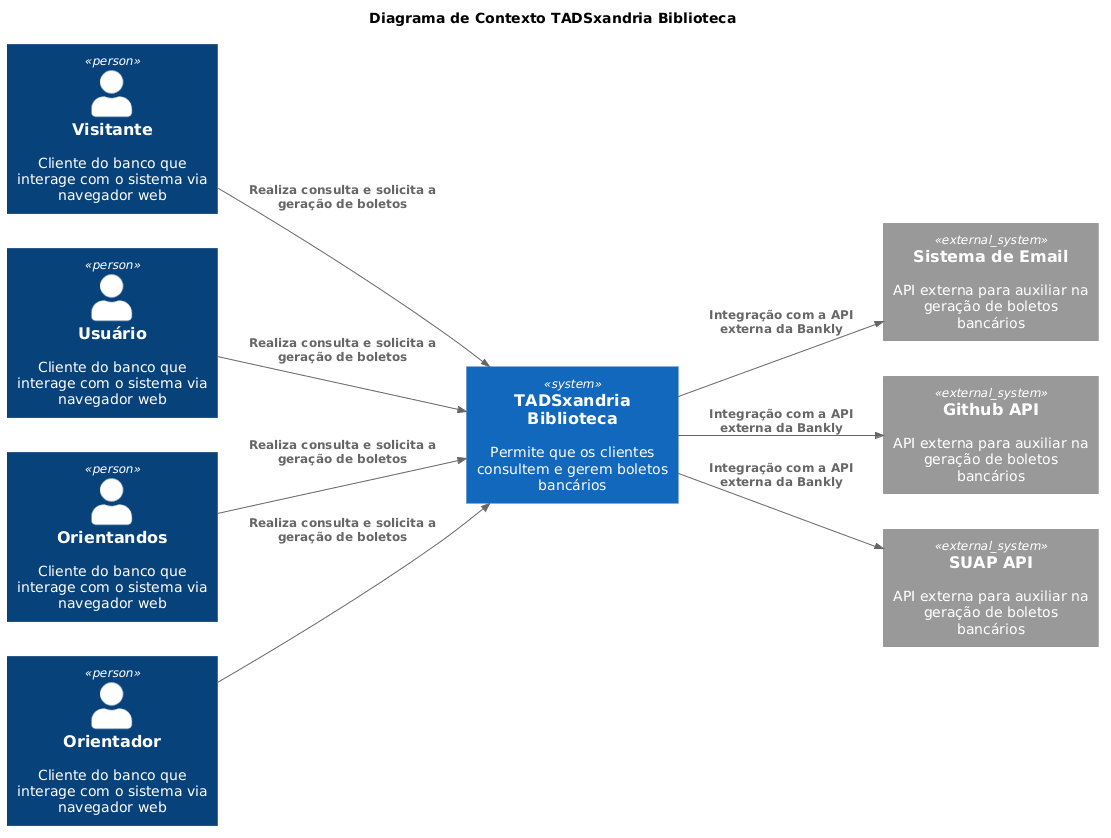
This is Diagrama_Contexto_tadsxandria.png from anabs-escolar/as-atividades, a PlantUML export, as it was before one commit. Source of this version:
```plantuml
@startuml
!include https://raw.githubusercontent.com/plantuml-stdlib/C4-PlantUML/master/C4_Container.puml

LAYOUT_LANDSCAPE()

title Diagrama de Contexto TADSxandria Biblioteca

Person(visitor, "Visitante", "Cliente do banco que interage com o sistema via navegador web")

Person(user, "Usuário", "Cliente do banco que interage com o sistema via navegador web")

Person(student, "Orientandos", "Cliente do banco que interage com o sistema via navegador web")

Person(teacher, "Orientador", "Cliente do banco que interage com o sistema via navegador web")


System(system, "TADSxandria Biblioteca", "Permite que os clientes consultem e gerem boletos bancários")

System_Ext(api_email, "Sistema de Email", "API externa para auxiliar na geração de boletos bancários")

System_Ext(api_github, "Github API", "API externa para auxiliar na geração de boletos bancários")

System_Ext(api_suap, "SUAP API", "API externa para auxiliar na geração de boletos bancários")


Rel(visitor, system, "Realiza consulta e solicita a geração de boletos")
Rel(user, system, "Realiza consulta e solicita a geração de boletos")
Rel(student, system, "Realiza consulta e solicita a geração de boletos")
Rel(teacher, system, "Realiza consulta e solicita a geração de boletos")

Rel(system, api_email, "Integração com a API externa da Bankly")
Rel(system, api_suap, "Integração com a API externa da Bankly")
Rel(system, api_github, "Integração com a API externa da Bankly")
@enduml
```
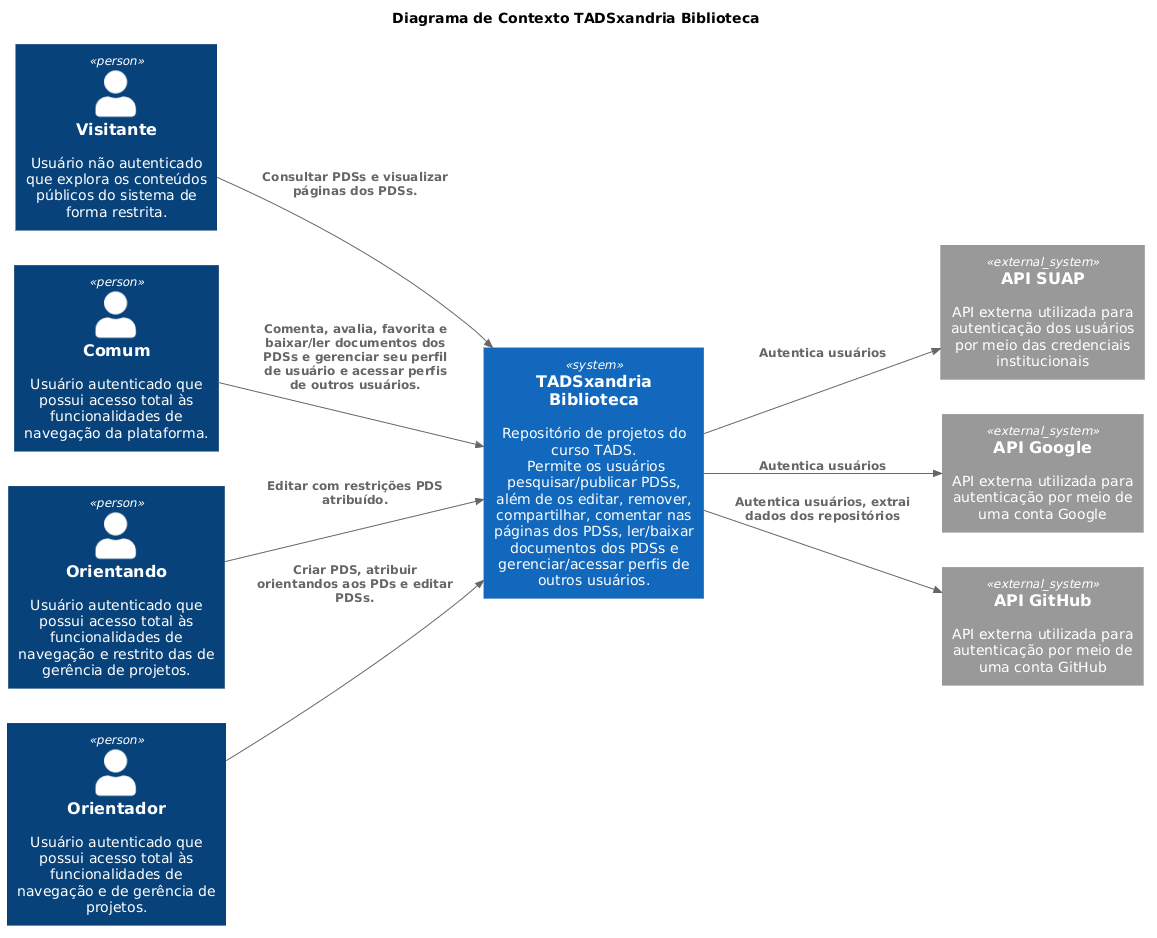
Above is the later version.

Commit message:
correções finais em cotainers e contexto

The edit, as a diff of the source:
```diff
@@ -5,30 +5,26 @@
 
 title Diagrama de Contexto TADSxandria Biblioteca
 
-Person(visitor, "Visitante", "Cliente do banco que interage com o sistema via navegador web")
+Person(visitante, "Visitante", "Usuário não autenticado que explora os conteúdos públicos do sistema de forma restrita.")
 
-Person(user, "Usuário", "Cliente do banco que interage com o sistema via navegador web")
+Person(comum, "Comum", "Usuário autenticado que possui acesso total às funcionalidades de navegação da plataforma.")
 
-Person(student, "Orientandos", "Cliente do banco que interage com o sistema via navegador web")
+Person(orientando, "Orientando", "Usuário autenticado que possui acesso total às funcionalidades de navegação e restrito das de gerência de projetos.")
 
-Person(teacher, "Orientador", "Cliente do banco que interage com o sistema via navegador web")
+Person(orientador, "Orientador", "Usuário autenticado que possui acesso total às funcionalidades de navegação e de gerência de projetos.")
 
+System(system, "TADSxandria Biblioteca", "Repositório de projetos do curso TADS. \n Permite os usuários pesquisar/publicar PDSs, além de os editar, remover, compartilhar, comentar nas páginas dos PDSs, ler/baixar documentos dos PDSs e gerenciar/acessar perfis de outros usuários.")
 
-System(system, "TADSxandria Biblioteca", "Permite que os clientes consultem e gerem boletos bancários")
+System_Ext(api_suap, "API SUAP", "API externa utilizada para autenticação dos usuários por meio das credenciais institucionais")
+System_Ext(api_google, "API Google", "API externa utilizada para autenticação por meio de uma conta Google")
+System_Ext(api_github, "API GitHub", "API externa utilizada para autenticação por meio de uma conta GitHub")
 
-System_Ext(api_email, "Sistema de Email", "API externa para auxiliar na geração de boletos bancários")
+Rel(visitante, system, "Consultar PDSs e visualizar páginas dos PDSs.")
+Rel(comum, system, "Comenta, avalia, favorita e baixar/ler documentos dos PDSs e gerenciar seu perfil de usuário e acessar perfis de outros usuários.")
+Rel(orientando, system, "Editar com restrições PDS atribuído.")
+Rel(orientador, system, "Criar PDS, atribuir orientandos aos PDs e editar PDSs.")
 
-System_Ext(api_github, "Github API", "API externa para auxiliar na geração de boletos bancários")
-
-System_Ext(api_suap, "SUAP API", "API externa para auxiliar na geração de boletos bancários")
-
-
-Rel(visitor, system, "Realiza consulta e solicita a geração de boletos")
-Rel(user, system, "Realiza consulta e solicita a geração de boletos")
-Rel(student, system, "Realiza consulta e solicita a geração de boletos")
-Rel(teacher, system, "Realiza consulta e solicita a geração de boletos")
-
-Rel(system, api_email, "Integração com a API externa da Bankly")
-Rel(system, api_suap, "Integração com a API externa da Bankly")
-Rel(system, api_github, "Integração com a API externa da Bankly")
+Rel(system, api_suap, "Autentica usuários")
+Rel(system, api_google, "Autentica usuários")
+Rel(system, api_github, "Autentica usuários, extrai dados dos repositórios")
 @enduml
```
